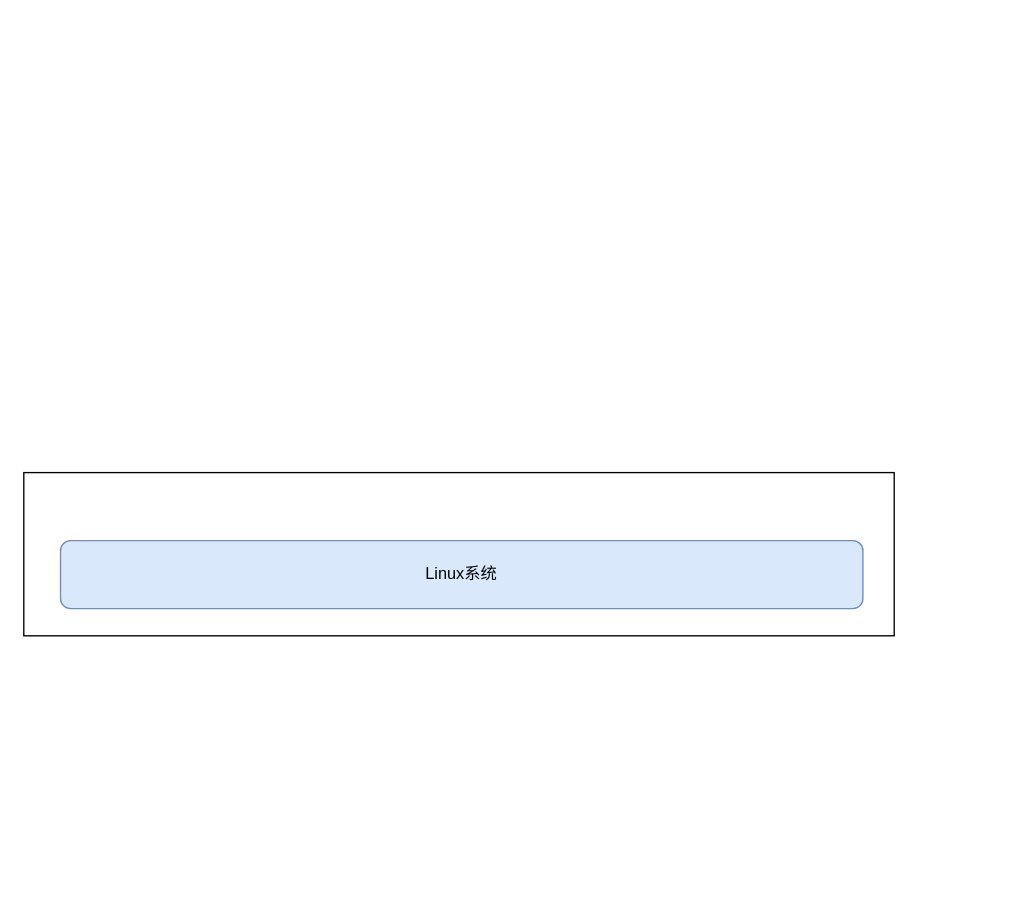
The draw.io diagram Untitled Diagram.drawio in wangyufei0807/draw, before the edit. Source tidied: cells renumbered, new cells numbered last; positions are measured from the earlier drawing's top-left corner, leaving out a move shared by most shapes. Both pictures are drawn from the tidied source at 136%, with x=0, y=0 at pixel (23, 472).
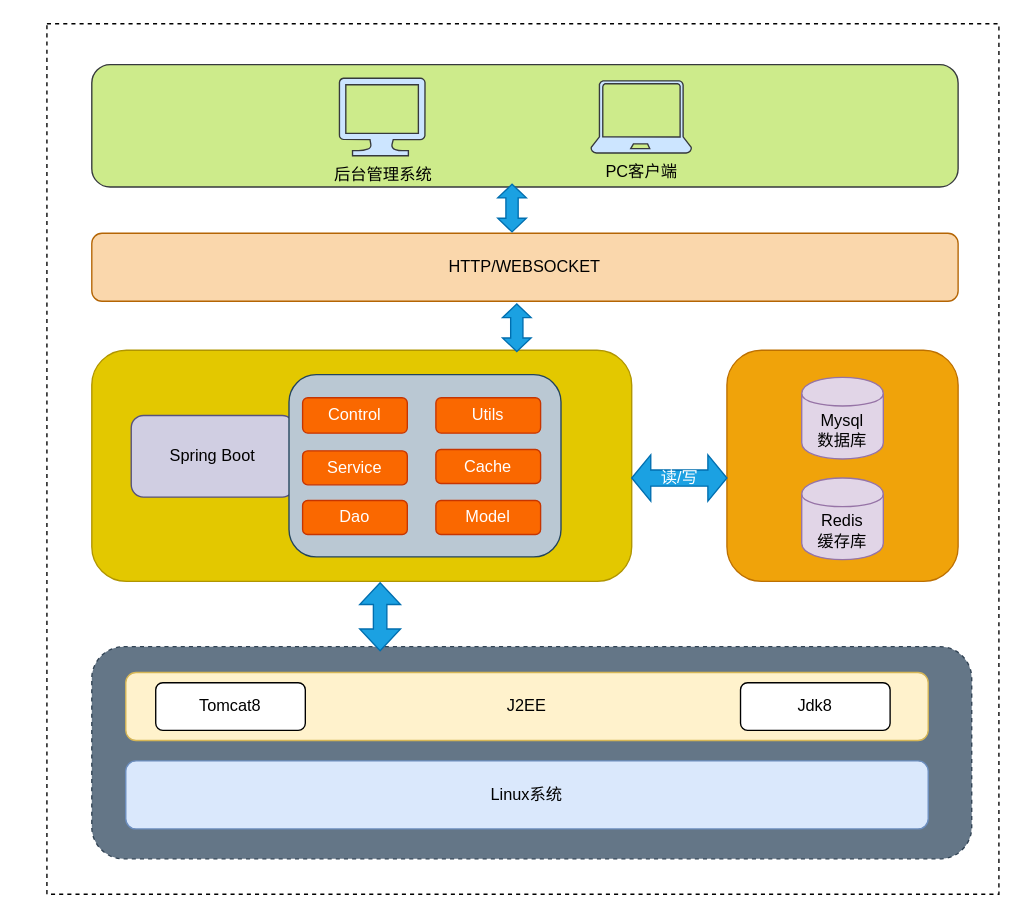
After the change.

The edit, as a diff of the source:
```diff
@@
-    <mxCell id="2" style="rounded=0;whiteSpace=wrap;html=1;" parent="1" vertex="1">
-      <mxGeometry width="640" height="120" as="geometry" />
+    <mxCell id="2" style="rounded=0;whiteSpace=wrap;html=1;shadow=0;dashed=1;" parent="1" vertex="1">
+      <mxGeometry x="17" y="-330" width="700" height="640" as="geometry" />
     </mxCell>
+    <mxCell id="4" style="rounded=1;whiteSpace=wrap;html=1;shadow=0;dashed=1;fillColor=#647687;strokeColor=#314354;fontColor=#ffffff;" parent="1" vertex="1">
+      <mxGeometry x="50" y="128" width="647" height="156" as="geometry" />
+    </mxCell>
     <mxCell id="3" value="Linux系统" style="rounded=1;whiteSpace=wrap;html=1;fillColor=#dae8fc;strokeColor=#6c8ebf;" parent="1" vertex="1">
-      <mxGeometry x="27" y="50" width="590" height="50" as="geometry" />
+      <mxGeometry x="75" y="212" width="590" height="50" as="geometry" />
     </mxCell>
+    <mxCell id="5" value="J2EE" style="rounded=1;whiteSpace=wrap;html=1;fillColor=#fff2cc;strokeColor=#d6b656;" parent="1" vertex="1">
+      <mxGeometry x="75" y="147" width="590" height="50" as="geometry" />
+    </mxCell>
+    <mxCell id="6" value="Tomcat8" style="rounded=1;whiteSpace=wrap;html=1;" parent="1" vertex="1">
+      <mxGeometry x="97" y="154.5" width="110" height="35" as="geometry" />
+    </mxCell>
+    <mxCell id="7" value="Jdk8" style="rounded=1;whiteSpace=wrap;html=1;" parent="1" vertex="1">
+      <mxGeometry x="527" y="154.5" width="110" height="35" as="geometry" />
+    </mxCell>
+    <mxCell id="8" style="rounded=1;whiteSpace=wrap;html=1;shadow=0;fillColor=#e3c800;strokeColor=#B09500;fontColor=#ffffff;" parent="1" vertex="1">
+      <mxGeometry x="50" y="-90" width="397" height="170" as="geometry" />
+    </mxCell>
+    <mxCell id="9" style="rounded=1;whiteSpace=wrap;html=1;shadow=0;fillColor=#f0a30a;strokeColor=#BD7000;fontColor=#ffffff;" parent="1" vertex="1">
+      <mxGeometry x="517" y="-90" width="170" height="170" as="geometry" />
+    </mxCell>
+    <mxCell id="10" value="Mysql&lt;br&gt;数据库" style="shape=cylinder;whiteSpace=wrap;html=1;boundedLbl=1;backgroundOutline=1;shadow=0;fillColor=#e1d5e7;strokeColor=#9673a6;" parent="1" vertex="1">
+      <mxGeometry x="572" y="-70" width="60" height="60" as="geometry" />
+    </mxCell>
+    <mxCell id="11" value="Redis&lt;br&gt;缓存库" style="shape=cylinder;whiteSpace=wrap;html=1;boundedLbl=1;backgroundOutline=1;shadow=0;fillColor=#e1d5e7;strokeColor=#9673a6;" parent="1" vertex="1">
+      <mxGeometry x="572" y="4" width="60" height="60" as="geometry" />
+    </mxCell>
+    <mxCell id="12" value="读/写" style="html=1;shadow=0;dashed=0;align=center;verticalAlign=middle;shape=mxgraph.arrows2.twoWayArrow;dy=0.65;dx=14;fillColor=#1ba1e2;strokeColor=#006EAF;fontColor=#ffffff;" parent="1" vertex="1">
+      <mxGeometry x="447" y="-13" width="70" height="34" as="geometry" />
+    </mxCell>
+    <mxCell id="13" value="Spring Boot" style="rounded=1;whiteSpace=wrap;html=1;shadow=0;fillColor=#d0cee2;strokeColor=#56517e;" parent="1" vertex="1">
+      <mxGeometry x="79" y="-42" width="120" height="60" as="geometry" />
+    </mxCell>
+    <mxCell id="14" style="rounded=1;whiteSpace=wrap;html=1;shadow=0;fillColor=#bac8d3;strokeColor=#23445d;" parent="1" vertex="1">
+      <mxGeometry x="195" y="-72" width="200" height="134" as="geometry" />
+    </mxCell>
+    <mxCell id="15" value="Control" style="rounded=1;whiteSpace=wrap;html=1;shadow=0;fillColor=#fa6800;strokeColor=#C73500;fontColor=#ffffff;" parent="1" vertex="1">
+      <mxGeometry x="205" y="-55" width="77" height="26" as="geometry" />
+    </mxCell>
+    <mxCell id="16" value="Utils" style="rounded=1;whiteSpace=wrap;html=1;shadow=0;fillColor=#fa6800;strokeColor=#C73500;fontColor=#ffffff;" parent="1" vertex="1">
+      <mxGeometry x="303" y="-55" width="77" height="26" as="geometry" />
+    </mxCell>
+    <mxCell id="17" value="Service" style="rounded=1;whiteSpace=wrap;html=1;shadow=0;fillColor=#fa6800;strokeColor=#C73500;fontColor=#ffffff;" parent="1" vertex="1">
+      <mxGeometry x="205" y="-16" width="77" height="25" as="geometry" />
+    </mxCell>
+    <mxCell id="18" value="Cache" style="rounded=1;whiteSpace=wrap;html=1;shadow=0;fillColor=#fa6800;strokeColor=#C73500;fontColor=#ffffff;" parent="1" vertex="1">
+      <mxGeometry x="303" y="-17" width="77" height="25" as="geometry" />
+    </mxCell>
+    <mxCell id="19" value="Dao" style="rounded=1;whiteSpace=wrap;html=1;shadow=0;fillColor=#fa6800;strokeColor=#C73500;fontColor=#ffffff;" parent="1" vertex="1">
+      <mxGeometry x="205" y="20.5" width="77" height="25" as="geometry" />
+    </mxCell>
+    <mxCell id="20" value="Model" style="rounded=1;whiteSpace=wrap;html=1;shadow=0;fillColor=#fa6800;strokeColor=#C73500;fontColor=#ffffff;" parent="1" vertex="1">
+      <mxGeometry x="303" y="20.5" width="77" height="25" as="geometry" />
+    </mxCell>
+    <mxCell id="21" style="html=1;shadow=0;dashed=0;align=center;verticalAlign=middle;shape=mxgraph.arrows2.twoWayArrow;dy=0.67;dx=16;fillColor=#1ba1e2;rotation=-90;strokeColor=#006EAF;fontColor=#ffffff;" parent="1" vertex="1">
+      <mxGeometry x="237" y="91" width="50" height="30" as="geometry" />
+    </mxCell>
+    <mxCell id="22" value="HTTP/WEBSOCKET" style="rounded=1;whiteSpace=wrap;html=1;shadow=0;fillColor=#fad7ac;strokeColor=#b46504;" parent="1" vertex="1">
+      <mxGeometry x="50" y="-176" width="637" height="50" as="geometry" />
+    </mxCell>
+    <mxCell id="23" style="rounded=1;whiteSpace=wrap;html=1;shadow=0;fillColor=#cdeb8b;strokeColor=#36393d;" parent="1" vertex="1">
+      <mxGeometry x="50" y="-300" width="637" height="90" as="geometry" />
+    </mxCell>
+    <mxCell id="24" value="PC客户端" style="verticalLabelPosition=bottom;html=1;verticalAlign=top;align=center;strokeColor=#36393d;fillColor=#cce5ff;shape=mxgraph.azure.laptop;shadow=0;" parent="1" vertex="1">
+      <mxGeometry x="417" y="-288" width="74" height="53" as="geometry" />
+    </mxCell>
+    <mxCell id="25" value="后台管理系统" style="shadow=0;dashed=0;html=1;strokeColor=#36393d;labelPosition=center;verticalLabelPosition=bottom;verticalAlign=top;align=center;fillColor=#cce5ff;shape=mxgraph.azure.computer;" parent="1" vertex="1">
+      <mxGeometry x="232" y="-290" width="63" height="57" as="geometry" />
+    </mxCell>
+    <mxCell id="26" style="html=1;shadow=0;dashed=0;align=center;verticalAlign=middle;shape=mxgraph.arrows2.twoWayArrow;dy=0.57;dx=10;fillColor=#1ba1e2;rotation=-90;strokeColor=#006EAF;fontColor=#ffffff;" parent="1" vertex="1">
+      <mxGeometry x="345" y="-117" width="35" height="21" as="geometry" />
+    </mxCell>
+    <mxCell id="27" style="html=1;shadow=0;dashed=0;align=center;verticalAlign=middle;shape=mxgraph.arrows2.twoWayArrow;dy=0.57;dx=10;fillColor=#1ba1e2;rotation=-90;strokeColor=#006EAF;fontColor=#ffffff;" parent="1" vertex="1">
+      <mxGeometry x="341.5" y="-205" width="35" height="21" as="geometry" />
+    </mxCell>
```
